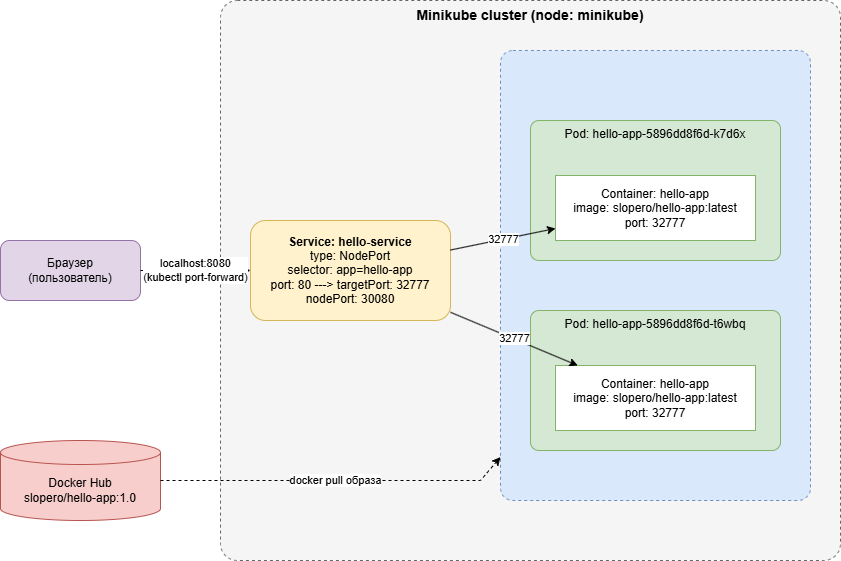
This is screenshots/scheme.png from slopero/hello-app, a draw.io export, as it was before one commit. Source tidied: cells renumbered, new cells last; positions are measured from the earlier drawing's top-left corner, leaving out a move shared by most shapes. The source it was exported from:
```xml
<mxGraphModel>
  <root>
    <mxCell id="0" />
    <mxCell id="1" parent="0" />
    <mxCell id="2" value="Minikube cluster (node: minikube)" style="rounded=1;whiteSpace=wrap;html=1;dashed=1;fillColor=#f5f5f5;strokeColor=#666666;verticalAlign=top;fontStyle=1;fontSize=14;arcSize=3;" parent="1" vertex="1">
      <mxGeometry x="220" width="620" height="560" as="geometry" />
    </mxCell>
    <mxCell id="3" style="rounded=1;whiteSpace=wrap;html=1;dashed=1;fillColor=#dae8fc;strokeColor=#6c8ebf;verticalAlign=top;fontStyle=1;arcSize=4;" parent="1" vertex="1">
      <mxGeometry x="500" y="50" width="310" height="450" as="geometry" />
    </mxCell>
    <mxCell id="4" value="Pod: hello-app-5896dd8f6d-k7d6x&lt;div&gt;&lt;br/&gt;&lt;/div&gt;" style="rounded=1;whiteSpace=wrap;html=1;fillColor=#d5e8d4;strokeColor=#82b366;verticalAlign=top;arcSize=6;" parent="1" vertex="1">
      <mxGeometry x="530" y="120" width="250" height="140" as="geometry" />
    </mxCell>
    <mxCell id="5" value="Container: hello-app&lt;br&gt;image: slopero/hello-app:latest&lt;br&gt;port: 32777" style="rounded=0;whiteSpace=wrap;html=1;fillColor=#ffffff;strokeColor=#82b366;" parent="1" vertex="1">
      <mxGeometry x="555" y="175" width="200" height="65" as="geometry" />
    </mxCell>
    <mxCell id="6" value="Pod: hello-app-5896dd8f6d-t6wbq&lt;div&gt;&lt;br/&gt;&lt;/div&gt;" style="rounded=1;whiteSpace=wrap;html=1;fillColor=#d5e8d4;strokeColor=#82b366;verticalAlign=top;arcSize=6;" parent="1" vertex="1">
      <mxGeometry x="530" y="310" width="250" height="140" as="geometry" />
    </mxCell>
    <mxCell id="7" value="Container: hello-app&lt;br&gt;image: slopero/hello-app:latest&lt;br&gt;port: 32777" style="rounded=0;whiteSpace=wrap;html=1;fillColor=#ffffff;strokeColor=#82b366;" parent="1" vertex="1">
      <mxGeometry x="555" y="365" width="200" height="65" as="geometry" />
    </mxCell>
    <mxCell id="8" value="&lt;b&gt;Service: hello-service&lt;/b&gt;&lt;br&gt;type: NodePort&lt;br&gt;selector: app=hello-app&lt;br&gt;port: 80 ---&amp;gt; targetPort: 32777&lt;br&gt;nodePort: 30080" style="rounded=1;whiteSpace=wrap;html=1;fillColor=#fff2cc;strokeColor=#d6b656;" parent="1" vertex="1">
      <mxGeometry x="250" y="220" width="200" height="100" as="geometry" />
    </mxCell>
    <mxCell id="9" value="Браузер&lt;br&gt;(пользователь)" style="rounded=1;whiteSpace=wrap;html=1;fillColor=#e1d5e7;strokeColor=#9673a6;" parent="1" vertex="1">
      <mxGeometry y="240" width="140" height="60" as="geometry" />
    </mxCell>
    <mxCell id="10" value="Docker Hub&lt;br&gt;slopero/hello-app:1.0" style="shape=cylinder3;whiteSpace=wrap;html=1;boundedLbl=1;backgroundOutline=1;size=12;fillColor=#f8cecc;strokeColor=#b85450;" parent="1" vertex="1">
      <mxGeometry y="440" width="160" height="80" as="geometry" />
    </mxCell>
    <mxCell id="11" value="localhost:8080&lt;br&gt;(kubectl port-forward)" style="endArrow=classic;html=1;rounded=0;" parent="1" edge="1" source="9" target="8">
      <mxGeometry relative="1" as="geometry" />
    </mxCell>
    <mxCell id="12" value="32777" style="endArrow=classic;html=1;rounded=0;" parent="1" edge="1" source="8" target="5">
      <mxGeometry relative="1" as="geometry" />
    </mxCell>
    <mxCell id="13" value="32777" style="endArrow=classic;html=1;rounded=0;" parent="1" edge="1" source="8" target="7">
      <mxGeometry relative="1" as="geometry" />
    </mxCell>
    <mxCell id="14" value="docker pull образа" style="endArrow=classic;html=1;rounded=0;dashed=1;" parent="1" edge="1" source="10" target="3">
      <mxGeometry relative="1" as="geometry">
        <Array as="points">
          <mxPoint x="480" y="480" />
        </Array>
      </mxGeometry>
    </mxCell>
  </root>
</mxGraphModel>
```
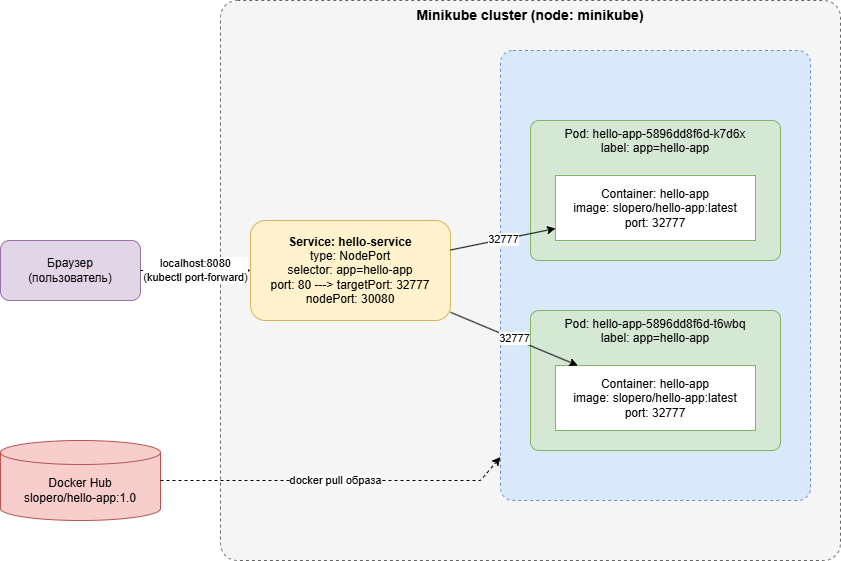
After the commit.

Change to the diagram source:
```diff
@@ -8,13 +8,13 @@
     <mxCell id="3" style="rounded=1;whiteSpace=wrap;html=1;dashed=1;fillColor=#dae8fc;strokeColor=#6c8ebf;verticalAlign=top;fontStyle=1;arcSize=4;" parent="1" vertex="1">
       <mxGeometry x="500" y="50" width="310" height="450" as="geometry" />
     </mxCell>
-    <mxCell id="4" value="Pod: hello-app-5896dd8f6d-k7d6x&lt;div&gt;&lt;br/&gt;&lt;/div&gt;" style="rounded=1;whiteSpace=wrap;html=1;fillColor=#d5e8d4;strokeColor=#82b366;verticalAlign=top;arcSize=6;" parent="1" vertex="1">
+    <mxCell id="4" value="Pod: hello-app-5896dd8f6d-k7d6x&lt;br&gt;label: app=hello-app" style="rounded=1;whiteSpace=wrap;html=1;fillColor=#d5e8d4;strokeColor=#82b366;verticalAlign=top;arcSize=6;" parent="1" vertex="1">
       <mxGeometry x="530" y="120" width="250" height="140" as="geometry" />
     </mxCell>
     <mxCell id="5" value="Container: hello-app&lt;br&gt;image: slopero/hello-app:latest&lt;br&gt;port: 32777" style="rounded=0;whiteSpace=wrap;html=1;fillColor=#ffffff;strokeColor=#82b366;" parent="1" vertex="1">
       <mxGeometry x="555" y="175" width="200" height="65" as="geometry" />
     </mxCell>
-    <mxCell id="6" value="Pod: hello-app-5896dd8f6d-t6wbq&lt;div&gt;&lt;br/&gt;&lt;/div&gt;" style="rounded=1;whiteSpace=wrap;html=1;fillColor=#d5e8d4;strokeColor=#82b366;verticalAlign=top;arcSize=6;" parent="1" vertex="1">
+    <mxCell id="6" value="Pod: hello-app-5896dd8f6d-t6wbq&lt;br&gt;label: app=hello-app" style="rounded=1;whiteSpace=wrap;html=1;fillColor=#d5e8d4;strokeColor=#82b366;verticalAlign=top;arcSize=6;" parent="1" vertex="1">
       <mxGeometry x="530" y="310" width="250" height="140" as="geometry" />
     </mxCell>
     <mxCell id="7" value="Container: hello-app&lt;br&gt;image: slopero/hello-app:latest&lt;br&gt;port: 32777" style="rounded=0;whiteSpace=wrap;html=1;fillColor=#ffffff;strokeColor=#82b366;" parent="1" vertex="1">
```
